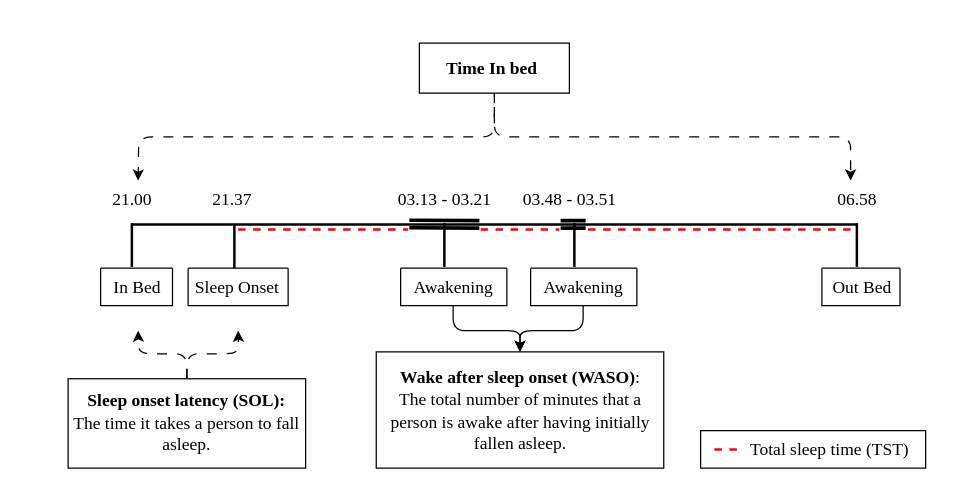
The draw.io diagram Plots/Nightperiod.drawio in laurateilmann/Bachelor, before the edit. Source tidied: cells renumbered, new cells numbered last; positions are measured from the earlier drawing's top-left corner, leaving out a move shared by most shapes. Both pictures are drawn from the tidied source at 125%, with x=0, y=0 at pixel (68, 42).
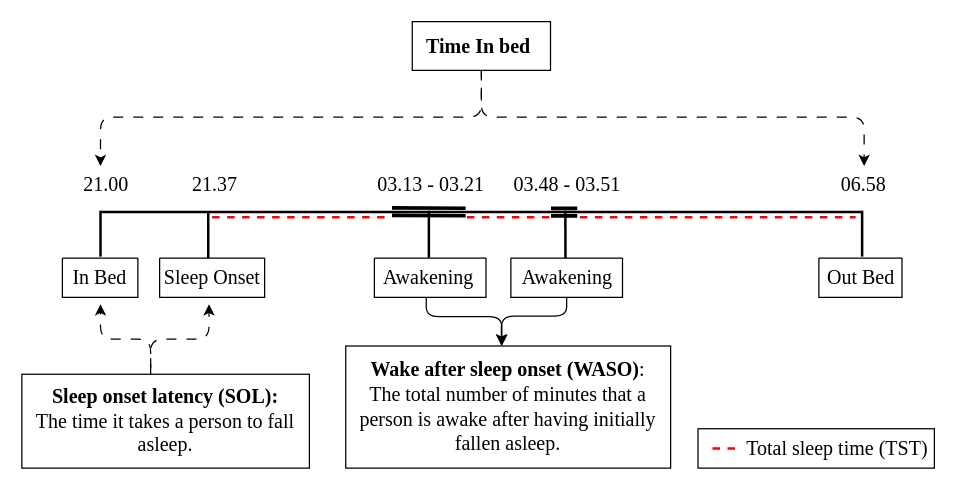
The same page after the edit.

What changed in the source:
```diff
@@
+    <mxCell id="40" style="group;" parent="1" vertex="1">
+      <mxGeometry x="-37" y="-17.2" width="730" height="357.2" as="geometry" />
+    </mxCell>
-    <mxCell id="2" style="rounded=0;whiteSpace=wrap;html=1;fontSize=14;" parent="1" vertex="1">
-      <mxGeometry x="506" y="310" width="180" height="30" as="geometry" />
+    <mxCell id="2" style="rounded=0;whiteSpace=wrap;html=1;fontSize=14;" parent="40" vertex="1">
+      <mxGeometry x="540.9" y="325.7" width="189.1" height="31.5" as="geometry" />
     </mxCell>
-    <mxCell id="3" style="edgeStyle=orthogonalEdgeStyle;rounded=1;jettySize=auto;html=1;exitX=0.5;exitY=1;exitDx=0;exitDy=0;dashed=1;dashPattern=8 8;fontSize=14;" parent="1" edge="1" source="5">
+    <mxCell id="3" style="edgeStyle=orthogonalEdgeStyle;rounded=1;jettySize=auto;html=1;exitX=0.5;exitY=1;exitDx=0;exitDy=0;dashed=1;dashPattern=8 8;fontSize=14;" parent="40" edge="1" source="5">
       <mxGeometry relative="1" as="geometry">
-        <mxPoint x="56" y="110" as="targetPoint" />
+        <mxPoint x="62.9" y="115.6" as="targetPoint" />
+        <Array as="points">
+          <mxPoint x="367.8" y="76.4" />
+          <mxPoint x="62.7" y="76.4" />
+        </Array>
       </mxGeometry>
     </mxCell>
-    <mxCell id="4" style="edgeStyle=orthogonalEdgeStyle;rounded=1;orthogonalLoop=1;jettySize=auto;html=1;exitX=0.5;exitY=1;exitDx=0;exitDy=0;dashed=1;dashPattern=8 8;fontSize=14;" parent="1" edge="1">
+    <mxCell id="4" style="edgeStyle=orthogonalEdgeStyle;rounded=1;jettySize=auto;html=1;exitX=0.5;exitY=1;exitDx=0;exitDy=0;dashed=1;dashPattern=8 8;fontSize=14;" parent="40" edge="1" target="15">
       <mxGeometry relative="1" as="geometry">
-        <mxPoint x="341" y="35" as="sourcePoint" />
-        <mxPoint x="626" y="110" as="targetPoint" />
+        <mxPoint x="367.6" y="36.8" as="sourcePoint" />
         <Array as="points">
-          <mxPoint x="341" y="75" />
-          <mxPoint x="626" y="75" />
+          <mxPoint x="367.8" y="76.4" />
+          <mxPoint x="673.8" y="76.4" />
         </Array>
       </mxGeometry>
     </mxCell>
-    <mxCell id="5" value="&lt;font face=&quot;Times New Roman&quot; style=&quot;font-size: 14px;&quot;&gt;&lt;b style=&quot;font-size: 14px;&quot;&gt;Time In bed&amp;nbsp;&lt;/b&gt;&lt;/font&gt;" style="rounded=0;whiteSpace=wrap;html=1;fontSize=14;" parent="1" vertex="1">
-      <mxGeometry x="281" width="120" height="40" as="geometry" />
+    <mxCell id="5" value="&lt;font face=&quot;Times New Roman&quot; style=&quot;font-size: 16px;&quot;&gt;&lt;b style=&quot;&quot;&gt;Time In bed&amp;nbsp;&lt;/b&gt;&lt;/font&gt;" style="rounded=0;whiteSpace=wrap;html=1;fontSize=14;" parent="40" vertex="1">
+      <mxGeometry x="312.3" width="110.6" height="39" as="geometry" />
     </mxCell>
-    <mxCell id="6" style="line;strokeWidth=2;html=1;perimeter=backbonePerimeter;fontSize=14;" parent="1" vertex="1">
-      <mxGeometry x="51" y="140" width="580" height="10" as="geometry" />
+    <mxCell id="6" style="line;strokeWidth=2;html=1;perimeter=backbonePerimeter;fontSize=14;" parent="40" vertex="1">
+      <mxGeometry x="62.9" y="147.1" width="609.3" height="10.5" as="geometry" />
     </mxCell>
-    <mxCell id="7" style="endArrow=none;html=1;rounded=0;strokeWidth=2;fontSize=14;" parent="1" edge="1">
+    <mxCell id="7" style="endArrow=none;html=1;rounded=0;strokeWidth=2;fontSize=14;" parent="40" edge="1">
       <mxGeometry relative="1" as="geometry">
-        <mxPoint x="51" y="179" as="sourcePoint" />
-        <mxPoint x="51" y="144" as="targetPoint" />
+        <mxPoint x="62.9" y="188" as="sourcePoint" />
+        <mxPoint x="62.9" y="151.3" as="targetPoint" />
       </mxGeometry>
     </mxCell>
-    <mxCell id="8" style="endArrow=none;html=1;rounded=0;strokeWidth=2;fontSize=14;" parent="1" edge="1">
+    <mxCell id="8" style="endArrow=none;html=1;rounded=0;strokeWidth=2;fontSize=14;" parent="40" edge="1">
       <mxGeometry relative="1" as="geometry">
-        <mxPoint x="133" y="180" as="sourcePoint" />
-        <mxPoint x="133" y="145" as="targetPoint" />
+        <mxPoint x="149.1" y="189.1" as="sourcePoint" />
+        <mxPoint x="149.1" y="152.3" as="targetPoint" />
       </mxGeometry>
     </mxCell>
-    <mxCell id="9" style="swimlane;startSize=0;fontSize=14;" parent="1" vertex="1">
-      <mxGeometry x="26" y="180" width="57.5" height="30" as="geometry" />
+    <mxCell id="9" style="swimlane;startSize=0;fontSize=14;" parent="40" vertex="1">
+      <mxGeometry x="32.4" y="189.1" width="60.4" height="31.5" as="geometry" />
     </mxCell>
-    <mxCell id="10" value="&lt;font face=&quot;Times New Roman&quot; style=&quot;font-size: 14px;&quot;&gt;In Bed&lt;/font&gt;" style="text;html=1;align=center;verticalAlign=middle;strokeColor=none;fillColor=none;fontSize=14;" parent="9" vertex="1">
-      <mxGeometry x="-1.5" width="60" height="30" as="geometry" />
+    <mxCell id="10" value="&lt;font face=&quot;Times New Roman&quot; style=&quot;font-size: 16px;&quot;&gt;In Bed&lt;/font&gt;" style="text;html=1;align=center;verticalAlign=middle;strokeColor=none;fillColor=none;fontSize=14;" parent="9" vertex="1">
+      <mxGeometry x="-5.7" width="70" height="30" as="geometry" />
     </mxCell>
-    <mxCell id="11" style="swimlane;startSize=0;fontSize=14;" parent="1" vertex="1">
-      <mxGeometry x="96" y="180" width="80" height="30" as="geometry" />
+    <mxCell id="11" style="swimlane;startSize=0;fontSize=14;" parent="40" vertex="1">
+      <mxGeometry x="110.2" y="189.1" width="84" height="31.5" as="geometry" />
     </mxCell>
-    <mxCell id="12" value="&lt;font face=&quot;Times New Roman&quot; style=&quot;font-size: 14px;&quot;&gt;Sleep Onset&lt;/font&gt;" style="text;html=1;align=center;verticalAlign=middle;strokeColor=none;fillColor=none;fontSize=14;" parent="11" vertex="1">
-      <mxGeometry x="-6" width="90" height="30" as="geometry" />
+    <mxCell id="12" value="&lt;font face=&quot;Times New Roman&quot; style=&quot;font-size: 16px;&quot;&gt;Sleep Onset&lt;/font&gt;" style="text;html=1;align=center;verticalAlign=middle;strokeColor=none;fillColor=none;fontSize=14;" parent="11" vertex="1">
+      <mxGeometry x="-8" width="100" height="30" as="geometry" />
     </mxCell>
-    <mxCell id="13" value="&lt;font face=&quot;Times New Roman&quot; style=&quot;font-size: 14px;&quot;&gt;21.00&lt;/font&gt;" style="text;html=1;align=center;verticalAlign=middle;strokeColor=none;fillColor=none;fontSize=14;" parent="1" vertex="1">
-      <mxGeometry x="21" y="110" width="60" height="30" as="geometry" />
+    <mxCell id="13" value="&lt;font face=&quot;Times New Roman&quot; style=&quot;font-size: 16px;&quot;&gt;21.00&lt;/font&gt;" style="text;html=1;align=center;verticalAlign=middle;strokeColor=none;fillColor=none;fontSize=14;" parent="40" vertex="1">
+      <mxGeometry x="36.7" y="115.6" width="60" height="30" as="geometry" />
     </mxCell>
-    <mxCell id="14" value="&lt;font face=&quot;Times New Roman&quot; style=&quot;font-size: 14px;&quot;&gt;21.37&lt;/font&gt;" style="text;html=1;align=center;verticalAlign=middle;strokeColor=none;fillColor=none;fontSize=14;" parent="1" vertex="1">
-      <mxGeometry x="101" y="110" width="60" height="30" as="geometry" />
+    <mxCell id="14" value="&lt;font face=&quot;Times New Roman&quot; style=&quot;font-size: 16px;&quot;&gt;21.37&lt;/font&gt;" style="text;html=1;align=center;verticalAlign=middle;strokeColor=none;fillColor=none;fontSize=14;" parent="40" vertex="1">
+      <mxGeometry x="124.2" y="115.6" width="60" height="30" as="geometry" />
     </mxCell>
-    <mxCell id="15" value="&lt;font face=&quot;Times New Roman&quot; style=&quot;font-size: 14px;&quot;&gt;06.58&lt;/font&gt;" style="text;html=1;align=center;verticalAlign=middle;points=[];strokeColor=none;fillColor=none;fontSize=14;" parent="1" vertex="1">
-      <mxGeometry x="601" y="110" width="60" height="30" as="geometry" />
+    <mxCell id="15" value="&lt;font face=&quot;Times New Roman&quot; style=&quot;font-size: 16px;&quot;&gt;06.58&lt;/font&gt;" style="text;html=1;align=center;verticalAlign=middle;points=[];strokeColor=none;fillColor=none;fontSize=14;" parent="40" vertex="1">
+      <mxGeometry x="642.8" y="115.6" width="60" height="30" as="geometry" />
     </mxCell>
-    <mxCell id="16" style="endArrow=none;html=1;rounded=0;strokeWidth=2;fontSize=14;" parent="1" edge="1">
+    <mxCell id="16" style="endArrow=none;html=1;rounded=0;strokeWidth=2;fontSize=14;" parent="40" edge="1">
       <mxGeometry relative="1" as="geometry">
-        <mxPoint x="631" y="179" as="sourcePoint" />
-        <mxPoint x="631" y="144" as="targetPoint" />
+        <mxPoint x="672.2" y="188" as="sourcePoint" />
+        <mxPoint x="672.2" y="151.3" as="targetPoint" />
       </mxGeometry>
     </mxCell>
-    <mxCell id="17" style="swimlane;startSize=0;fontSize=14;" parent="1" vertex="1">
-      <mxGeometry x="603" y="180" width="62.5" height="30" as="geometry" />
+    <mxCell id="17" style="swimlane;startSize=0;fontSize=14;" parent="40" vertex="1">
+      <mxGeometry x="637.6" y="189.1" width="66.5" height="31.5" as="geometry" />
     </mxCell>
-    <mxCell id="18" value="&lt;font face=&quot;Times New Roman&quot; style=&quot;font-size: 14px;&quot;&gt;Out Bed&lt;/font&gt;" style="text;html=1;align=center;verticalAlign=middle;strokeColor=none;fillColor=none;fontSize=14;" parent="17" vertex="1">
-      <mxGeometry x="-3.5" width="70" height="30" as="geometry" />
+    <mxCell id="18" value="&lt;font face=&quot;Times New Roman&quot; style=&quot;font-size: 16px;&quot;&gt;Out Bed&lt;/font&gt;" style="text;html=1;align=center;verticalAlign=middle;strokeColor=none;fillColor=none;fontSize=14;" parent="17" vertex="1">
+      <mxGeometry x="-6.7" width="80" height="30" as="geometry" />
     </mxCell>
-    <mxCell id="19" style="shape=link;html=1;rounded=0;strokeWidth=3;fontSize=14;" parent="1" edge="1">
+    <mxCell id="19" style="shape=link;html=1;rounded=0;strokeWidth=3;fontSize=14;" parent="40" edge="1">
       <mxGeometry relative="1" as="geometry">
-        <mxPoint x="273" y="144.7" as="sourcePoint" />
-        <mxPoint x="329" y="145" as="targetPoint" />
+        <mxPoint x="296.1" y="152" as="sourcePoint" />
+        <mxPoint x="355" y="152.3" as="targetPoint" />
       </mxGeometry>
     </mxCell>
-    <mxCell id="20" style="shape=link;html=1;rounded=0;strokeWidth=3;fontSize=14;" parent="1" edge="1">
+    <mxCell id="20" style="shape=link;html=1;rounded=0;strokeWidth=3;fontSize=14;" parent="40" edge="1">
       <mxGeometry relative="1" as="geometry">
-        <mxPoint x="394" y="145" as="sourcePoint" />
-        <mxPoint x="414" y="145" as="targetPoint" />
+        <mxPoint x="423.3" y="152.3" as="sourcePoint" />
+        <mxPoint x="444.3" y="152.3" as="targetPoint" />
       </mxGeometry>
     </mxCell>
-    <mxCell id="21" value="&lt;font face=&quot;Times New Roman&quot; style=&quot;font-size: 14px;&quot;&gt;03.13 - 03.21&lt;/font&gt;" style="text;html=1;align=center;verticalAlign=middle;strokeColor=none;fillColor=none;fontSize=14;" parent="1" vertex="1">
-      <mxGeometry x="251" y="110" width="100" height="30" as="geometry" />
+    <mxCell id="21" value="&lt;font face=&quot;Times New Roman&quot; style=&quot;font-size: 16px;&quot;&gt;03.13 - 03.21&lt;/font&gt;" style="text;html=1;align=center;verticalAlign=middle;strokeColor=none;fillColor=none;fontSize=14;" parent="40" vertex="1">
+      <mxGeometry x="271.6" y="115.6" width="110" height="30" as="geometry" />
     </mxCell>
-    <mxCell id="22" value="&lt;font face=&quot;Times New Roman&quot; style=&quot;font-size: 14px;&quot;&gt;03.48 - 03.51&lt;/font&gt;" style="text;html=1;align=center;verticalAlign=middle;strokeColor=none;fillColor=none;fontSize=14;" parent="1" vertex="1">
-      <mxGeometry x="351" y="110" width="100" height="30" as="geometry" />
+    <mxCell id="22" value="&lt;font face=&quot;Times New Roman&quot; style=&quot;font-size: 16px;&quot;&gt;03.48 - 03.51&lt;/font&gt;" style="text;html=1;align=center;verticalAlign=middle;strokeColor=none;fillColor=none;fontSize=14;" parent="40" vertex="1">
+      <mxGeometry x="380.9" y="115.6" width="110" height="30" as="geometry" />
     </mxCell>
-    <mxCell id="23" style="endArrow=none;html=1;rounded=0;strokeWidth=2;fontSize=14;" parent="1" edge="1">
+    <mxCell id="23" style="endArrow=none;html=1;rounded=0;strokeWidth=2;fontSize=14;exitX=0.488;exitY=-0.004;exitDx=0;exitDy=0;exitPerimeter=0;" parent="40" edge="1" source="24">
       <mxGeometry relative="1" as="geometry">
-        <mxPoint x="301" y="179" as="sourcePoint" />
-        <mxPoint x="301" y="144" as="targetPoint" />
+        <mxPoint x="325.6" y="151.3" as="targetPoint" />
       </mxGeometry>
     </mxCell>
-    <mxCell id="24" style="swimlane;startSize=0;fontSize=14;" parent="1" vertex="1">
-      <mxGeometry x="266" y="180" width="85" height="30" as="geometry" />
+    <mxCell id="24" style="swimlane;startSize=0;fontSize=14;" parent="40" vertex="1">
+      <mxGeometry x="282" y="189.1" width="89.3" height="31.5" as="geometry" />
     </mxCell>
-    <mxCell id="25" value="&lt;font face=&quot;Times New Roman&quot; style=&quot;font-size: 14px;&quot;&gt;Awakening&lt;/font&gt;" style="text;html=1;align=center;verticalAlign=middle;points=[];strokeColor=none;fillColor=none;fontSize=14;" parent="24" vertex="1">
-      <mxGeometry x="-3" width="90" height="30" as="geometry" />
+    <mxCell id="25" value="&lt;font face=&quot;Times New Roman&quot; style=&quot;font-size: 16px;&quot;&gt;Awakening&lt;/font&gt;" style="text;html=1;align=center;verticalAlign=middle;points=[];strokeColor=none;fillColor=none;fontSize=14;" parent="24" vertex="1">
+      <mxGeometry x="-6.8" width="100" height="30" as="geometry" />
     </mxCell>
-    <mxCell id="26" style="endArrow=none;html=1;rounded=0;strokeWidth=2;fontSize=14;" parent="1" edge="1">
+    <mxCell id="26" style="endArrow=none;html=1;rounded=0;strokeWidth=2;fontSize=14;exitX=0.489;exitY=0;exitDx=0;exitDy=0;exitPerimeter=0;" parent="40" edge="1" source="27">
       <mxGeometry relative="1" as="geometry">
-        <mxPoint x="405" y="179" as="sourcePoint" />
-        <mxPoint x="405" y="144" as="targetPoint" />
+        <mxPoint x="434.8" y="151.3" as="targetPoint" />
       </mxGeometry>
     </mxCell>
-    <mxCell id="27" style="swimlane;startSize=0;fontSize=14;" parent="1" vertex="1">
-      <mxGeometry x="370" y="180" width="85" height="30" as="geometry" />
+    <mxCell id="27" style="swimlane;startSize=0;fontSize=14;" parent="40" vertex="1">
+      <mxGeometry x="391.2" y="189.1" width="89.3" height="31.5" as="geometry" />
     </mxCell>
-    <mxCell id="28" value="&lt;font face=&quot;Times New Roman&quot; style=&quot;font-size: 14px;&quot;&gt;Awakening&lt;/font&gt;" style="text;html=1;align=center;verticalAlign=middle;points=[];strokeColor=none;fillColor=none;fontSize=14;" parent="27" vertex="1">
-      <mxGeometry x="-3" width="90" height="30" as="geometry" />
+    <mxCell id="28" value="&lt;font face=&quot;Times New Roman&quot; style=&quot;font-size: 16px;&quot;&gt;Awakening&lt;/font&gt;" style="text;html=1;align=center;verticalAlign=middle;points=[];strokeColor=none;fillColor=none;fontSize=14;" parent="27" vertex="1">
+      <mxGeometry x="-5.4" width="100" height="30" as="geometry" />
     </mxCell>
-    <mxCell id="29" value="&lt;font face=&quot;Times New Roman&quot; style=&quot;font-size: 14px;&quot;&gt;&lt;b style=&quot;font-size: 14px;&quot;&gt;Wake after sleep onset (WASO)&lt;/b&gt;:&lt;br style=&quot;font-size: 14px;&quot;&gt;The total number of minutes that a person is awake after having initially fallen asleep.&lt;br style=&quot;font-size: 14px;&quot;&gt;&lt;/font&gt;" style="whiteSpace=wrap;html=1;fontSize=14;" parent="1" vertex="1">
-      <mxGeometry x="246.5" y="247" width="230" height="93" as="geometry" />
+    <mxCell id="29" value="&lt;font face=&quot;Times New Roman&quot; style=&quot;&quot;&gt;&lt;font style=&quot;font-size: 16px;&quot;&gt;&lt;b style=&quot;&quot;&gt;Wake after sleep onset (WASO)&lt;/b&gt;:&lt;br style=&quot;&quot;&gt;The total number of minutes that a person is awake after having initially fallen asleep.&lt;/font&gt;&lt;br style=&quot;font-size: 14px;&quot;&gt;&lt;/font&gt;" style="whiteSpace=wrap;html=1;fontSize=14;" parent="40" vertex="1">
+      <mxGeometry x="259.1" y="259.5" width="259.9" height="97.7" as="geometry" />
     </mxCell>
-    <mxCell id="30" style="edgeStyle=orthogonalEdgeStyle;rounded=1;jettySize=auto;html=1;fontSize=14;" parent="1" edge="1" source="25" target="29">
-      <mxGeometry relative="1" as="geometry" />
+    <mxCell id="30" style="edgeStyle=orthogonalEdgeStyle;rounded=1;jettySize=auto;html=1;fontSize=14;exitX=0.465;exitY=1.004;exitDx=0;exitDy=0;exitPerimeter=0;" parent="40" edge="1" source="24" target="29">
+      <mxGeometry relative="1" as="geometry">
+        <Array as="points">
+          <mxPoint x="324" y="236" />
+          <mxPoint x="384" y="236" />
+        </Array>
+      </mxGeometry>
     </mxCell>
-    <mxCell id="31" style="edgeStyle=orthogonalEdgeStyle;rounded=1;jettySize=auto;html=1;fontSize=14;" parent="1" edge="1" source="28" target="29">
-      <mxGeometry relative="1" as="geometry" />
-    </mxCell>
-    <mxCell id="32" style="edgeStyle=orthogonalEdgeStyle;rounded=1;jettySize=auto;html=1;exitX=0.5;exitY=0;exitDx=0;exitDy=0;dashed=1;dashPattern=8 8;fontSize=14;" parent="1" edge="1" source="34">
+    <mxCell id="32" style="edgeStyle=orthogonalEdgeStyle;rounded=1;jettySize=auto;html=1;dashed=1;dashPattern=8 8;fontSize=14;exitX=0.448;exitY=-0.002;exitDx=0;exitDy=0;exitPerimeter=0;" parent="40" edge="1" source="34">
       <mxGeometry relative="1" as="geometry">
-        <mxPoint x="56" y="230" as="targetPoint" />
+        <mxPoint x="62.9" y="226.1" as="targetPoint" />
+        <Array as="points">
+          <mxPoint x="103" y="254" />
+          <mxPoint x="63" y="254" />
+        </Array>
       </mxGeometry>
     </mxCell>
-    <mxCell id="33" style="edgeStyle=orthogonalEdgeStyle;rounded=1;jettySize=auto;html=1;exitX=0.5;exitY=0;exitDx=0;exitDy=0;dashed=1;dashPattern=8 8;fontSize=14;" parent="1" edge="1" source="34">
+    <mxCell id="33" style="edgeStyle=orthogonalEdgeStyle;rounded=1;jettySize=auto;html=1;exitX=0.448;exitY=-0.065;exitDx=0;exitDy=0;dashed=1;dashPattern=8 8;fontSize=14;exitPerimeter=0;" parent="40" edge="1" source="34">
       <mxGeometry relative="1" as="geometry">
-        <mxPoint x="136" y="230" as="targetPoint" />
+        <mxPoint x="149.7" y="226.1" as="targetPoint" />
+        <Array as="points">
+          <mxPoint x="103" y="254" />
+          <mxPoint x="150" y="254" />
+        </Array>
       </mxGeometry>
     </mxCell>
-    <mxCell id="34" value="&lt;font face=&quot;Times New Roman&quot; style=&quot;font-size: 14px;&quot;&gt;&lt;b style=&quot;font-size: 14px;&quot;&gt;Sleep onset latency (SOL):&lt;/b&gt;&lt;br style=&quot;font-size: 14px;&quot;&gt;The time it takes a person to fall asleep.&lt;/font&gt;" style="rounded=0;whiteSpace=wrap;html=1;fontSize=14;" parent="1" vertex="1">
-      <mxGeometry y="268.5" width="190" height="71.5" as="geometry" />
+    <mxCell id="34" value="&lt;font face=&quot;Times New Roman&quot; style=&quot;&quot;&gt;&lt;font style=&quot;font-size: 16px;&quot;&gt;&lt;b style=&quot;&quot;&gt;Sleep onset latency (SOL):&lt;/b&gt;&lt;br style=&quot;&quot;&gt;&lt;/font&gt;&lt;font style=&quot;font-size: 16px;&quot;&gt;The time it takes a person to fall asleep.&lt;/font&gt;&lt;/font&gt;" style="rounded=0;whiteSpace=wrap;html=1;fontSize=14;" parent="40" vertex="1">
+      <mxGeometry y="282.1" width="230" height="75.1" as="geometry" />
     </mxCell>
-    <mxCell id="35" style="line;strokeWidth=2;html=1;perimeter=backbonePerimeter;strokeColor=#ff0000;dashed=1;fontSize=14;" parent="1" vertex="1">
-      <mxGeometry x="136" y="144" width="136" height="10" as="geometry" />
+    <mxCell id="35" style="line;strokeWidth=2;html=1;perimeter=backbonePerimeter;strokeColor=#ff0000;dashed=1;fontSize=14;" parent="40" vertex="1">
+      <mxGeometry x="152.2" y="151.3" width="142.9" height="10.5" as="geometry" />
     </mxCell>
-    <mxCell id="36" style="line;strokeWidth=2;html=1;perimeter=backbonePerimeter;strokeColor=#ff0000;fillColor=#0d0c0c;dashed=1;fontSize=14;" parent="1" vertex="1">
-      <mxGeometry x="330" y="144" width="63" height="10" as="geometry" />
+    <mxCell id="36" style="line;strokeWidth=2;html=1;perimeter=backbonePerimeter;strokeColor=#ff0000;fillColor=#0d0c0c;dashed=1;fontSize=14;" parent="40" vertex="1">
+      <mxGeometry x="356" y="151.3" width="66.2" height="10.5" as="geometry" />
     </mxCell>
-    <mxCell id="37" style="line;strokeWidth=2;html=1;perimeter=backbonePerimeter;strokeColor=#ff0000;gradientColor=none;fillStyle=dashed;dashed=1;fontSize=14;" parent="1" vertex="1">
-      <mxGeometry x="416" y="144" width="210" height="10" as="geometry" />
+    <mxCell id="37" style="line;strokeWidth=2;html=1;perimeter=backbonePerimeter;strokeColor=#ff0000;gradientColor=none;fillStyle=dashed;dashed=1;fontSize=14;" parent="40" vertex="1">
+      <mxGeometry x="446.4" y="151.3" width="220.6" height="10.5" as="geometry" />
     </mxCell>
-    <mxCell id="38" style="line;strokeWidth=2;html=1;perimeter=backbonePerimeter;strokeColor=#ff0000;gradientColor=none;fillStyle=dashed;dashed=1;fontSize=14;" parent="1" vertex="1">
-      <mxGeometry x="517" y="320" width="20" height="10" as="geometry" />
+    <mxCell id="38" style="line;strokeWidth=2;html=1;perimeter=backbonePerimeter;strokeColor=#ff0000;gradientColor=none;fillStyle=dashed;dashed=1;fontSize=14;" parent="40" vertex="1">
+      <mxGeometry x="552.5" y="336.2" width="21" height="10.5" as="geometry" />
     </mxCell>
-    <mxCell id="39" value="&lt;font face=&quot;Times New Roman&quot; style=&quot;font-size: 14px;&quot;&gt;Total sleep time (TST)&lt;/font&gt;" style="text;html=1;align=center;verticalAlign=middle;strokeColor=none;fillColor=none;fontSize=14;" parent="1" vertex="1">
-      <mxGeometry x="534" y="310" width="150" height="30" as="geometry" />
+    <mxCell id="39" value="&lt;font face=&quot;Times New Roman&quot; style=&quot;font-size: 16px;&quot;&gt;Total sleep time (TST)&lt;/font&gt;" style="text;html=1;align=center;verticalAlign=middle;strokeColor=none;fillColor=none;fontSize=14;" parent="40" vertex="1">
+      <mxGeometry x="567" y="325.7" width="170" height="30" as="geometry" />
     </mxCell>
+    <mxCell id="41" style="edgeStyle=orthogonalEdgeStyle;rounded=1;jettySize=auto;html=1;fontSize=14;entryX=0.479;entryY=-0.006;entryDx=0;entryDy=0;entryPerimeter=0;exitX=0.5;exitY=1;exitDx=0;exitDy=0;" parent="40" edge="1" source="27" target="29">
+      <mxGeometry relative="1" as="geometry">
+        <Array as="points">
+          <mxPoint x="436.1" y="235.5" />
+          <mxPoint x="383.7" y="235.5" />
+          <mxPoint x="383.7" y="258.9" />
+        </Array>
+      </mxGeometry>
+    </mxCell>
```
